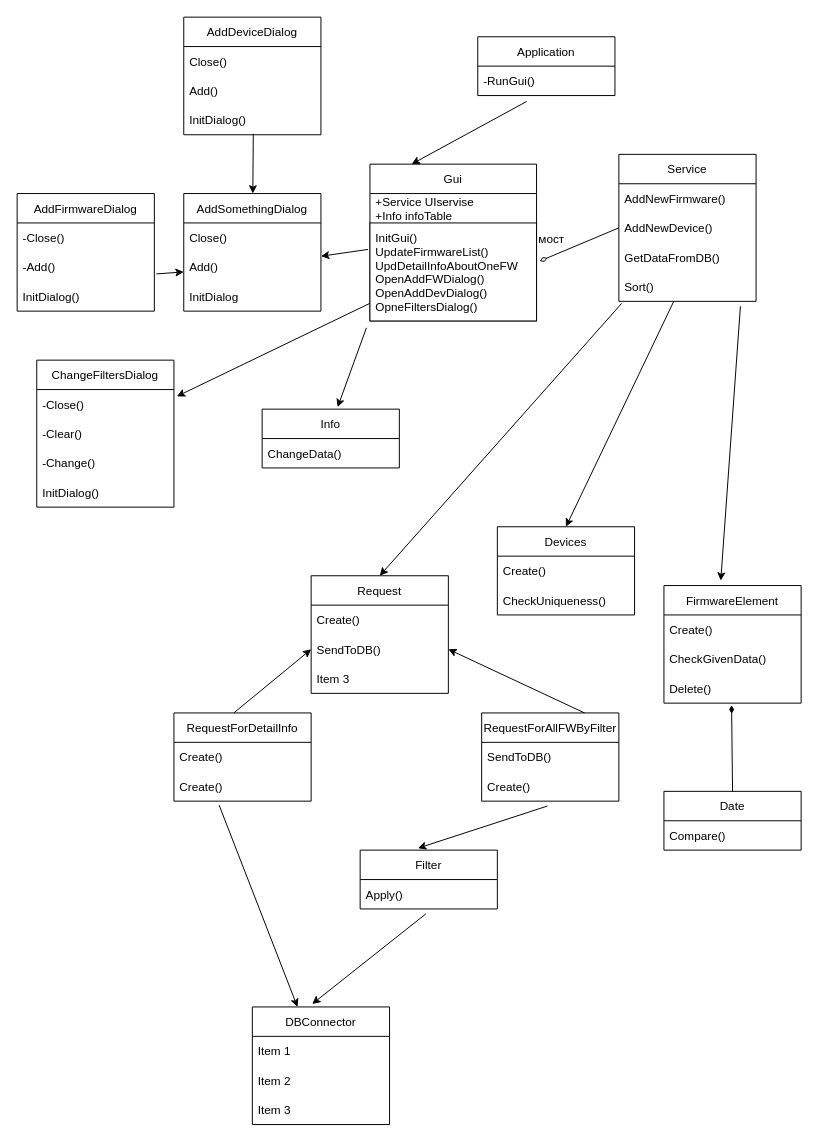
Before: kursDiag.drawio in sophiiako/unik, a draw.io diagram. Source tidied: cells renumbered, new cells numbered last; positions are measured from the earlier drawing's top-left corner, leaving out a move shared by most shapes. Both pictures are drawn from the tidied source at 98%, with x=0, y=0 at pixel (17, 17).
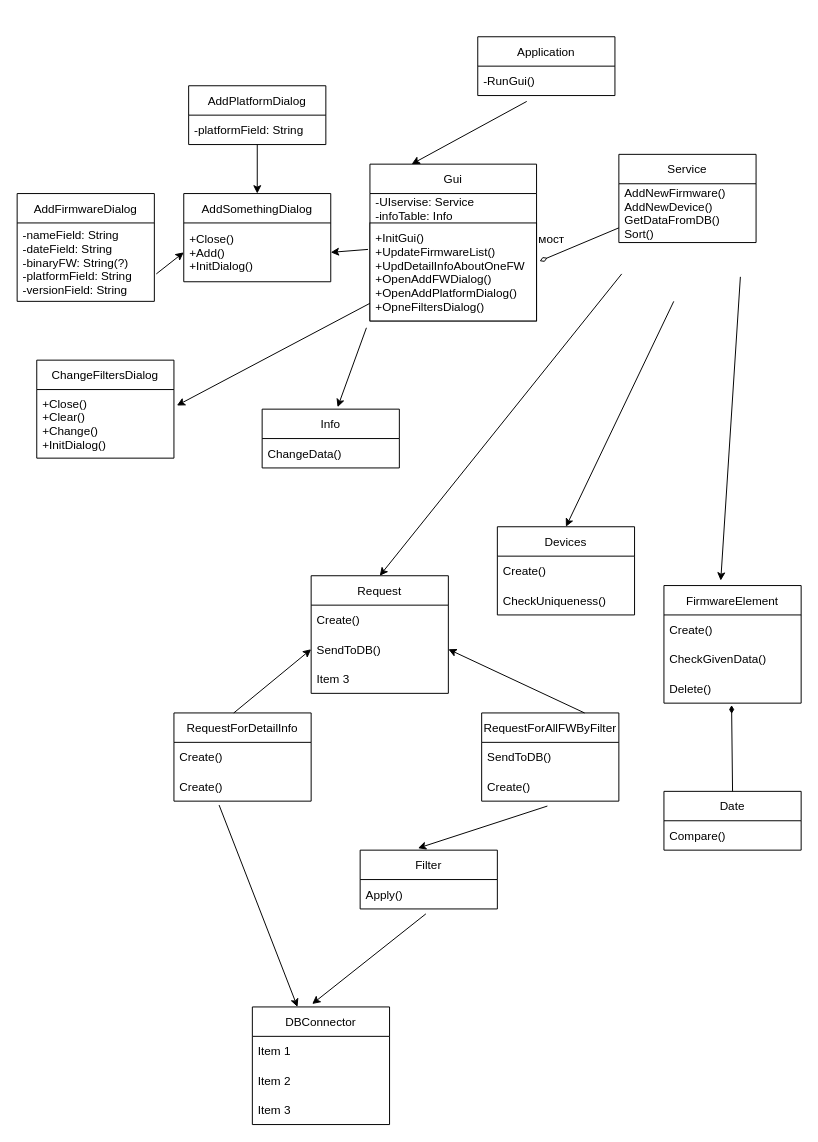
Above is the later version.

Unchanged cells that the change refers to:
```xml
<mxCell id="9" value="Gui" style="swimlane;fontStyle=0;horizontal=1;startSize=30;" parent="1" vertex="1">
  <mxGeometry x="360" y="150" width="170" height="160" as="geometry" />
</mxCell>
<mxCell id="23" value="FirmwareElement" style="swimlane;fontStyle=0;horizontal=1;startSize=30;" parent="1" vertex="1">
  <mxGeometry x="660" y="580" width="140" height="120" as="geometry" />
</mxCell>
<mxCell id="29" value="Request" style="swimlane;fontStyle=0;horizontal=1;startSize=30;" parent="1" vertex="1">
  <mxGeometry x="300" y="570" width="140" height="120" as="geometry" />
</mxCell>
```

Diff of the diagram source:
```diff
@@
     <mxCell id="4" value="Service" style="swimlane;fontStyle=0;horizontal=1;startSize=30;" parent="1" vertex="1">
-      <mxGeometry x="614" y="140" width="140" height="150" as="geometry" />
+      <mxGeometry x="614" y="140" width="140" height="90" as="geometry" />
     </mxCell>
-    <mxCell id="5" value="AddNewFirmware()" style="text;strokeColor=none;fillColor=none;align=left;verticalAlign=middle;spacingLeft=4;spacingRight=4;overflow=hidden;" parent="4" vertex="1">
-      <mxGeometry y="30" width="140" height="30" as="geometry" />
+    <mxCell id="5" value="AddNewFirmware()&#10;AddNewDevice()&#10;GetDataFromDB()&#10;Sort()" style="text;strokeColor=none;fillColor=none;align=left;verticalAlign=middle;spacingLeft=4;spacingRight=4;overflow=hidden;" parent="4" vertex="1">
+      <mxGeometry y="30" width="140" height="60" as="geometry" />
     </mxCell>
-    <mxCell id="6" value="AddNewDevice()" style="text;strokeColor=none;fillColor=none;align=left;verticalAlign=middle;spacingLeft=4;spacingRight=4;overflow=hidden;points=[[0,0.5],[1,0.5]];portConstraint=eastwest;" parent="4" vertex="1">
-      <mxGeometry y="60" width="140" height="30" as="geometry" />
-    </mxCell>
-    <mxCell id="7" value="GetDataFromDB()" style="text;strokeColor=none;fillColor=none;align=left;verticalAlign=middle;spacingLeft=4;spacingRight=4;overflow=hidden;" parent="4" vertex="1">
-      <mxGeometry y="90" width="140" height="30" as="geometry" />
-    </mxCell>
-    <mxCell id="8" value="Sort()" style="text;strokeColor=none;fillColor=none;align=left;verticalAlign=middle;spacingLeft=4;spacingRight=4;overflow=hidden;points=[[0,0.5],[1,0.5]];portConstraint=eastwest;" parent="4" vertex="1">
-      <mxGeometry y="120" width="140" height="30" as="geometry" />
-    </mxCell>
@@
-    <mxCell id="10" value="+Service UIservise&#10;+Info infoTable" style="text;strokeColor=none;fillColor=none;align=left;verticalAlign=middle;spacingLeft=4;spacingRight=4;overflow=hidden;" parent="9" vertex="1">
+    <mxCell id="10" value="-UIservise: Service&#10;-infoTable: Info" style="text;strokeColor=none;fillColor=none;align=left;verticalAlign=middle;spacingLeft=4;spacingRight=4;overflow=hidden;" parent="9" vertex="1">
       <mxGeometry y="30" width="170" height="30" as="geometry" />
     </mxCell>
-    <mxCell id="11" value="InitGui()&#10;UpdateFirmwareList()&#10;UpdDetailInfoAboutOneFW&#10;OpenAddFWDialog()&#10;OpenAddDevDialog()&#10;OpneFiltersDialog()" style="text;strokeColor=default;fillColor=default;align=left;verticalAlign=middle;spacingLeft=4;spacingRight=4;overflow=hidden;points=[[0,0.5],[1,0.5]];portConstraint=eastwest;" parent="9" vertex="1">
+    <mxCell id="11" value="+InitGui()&#10;+UpdateFirmwareList()&#10;+UpdDetailInfoAboutOneFW&#10;+OpenAddFWDialog()&#10;+OpenAddPlatformDialog()&#10;+OpneFiltersDialog()" style="text;strokeColor=default;fillColor=default;align=left;verticalAlign=middle;spacingLeft=4;spacingRight=4;overflow=hidden;points=[[0,0.5],[1,0.5]];portConstraint=eastwest;" parent="9" vertex="1">
       <mxGeometry y="60" width="170" height="100" as="geometry" />
     </mxCell>
@@
-    <mxCell id="33" style="endArrow=none;html=1;rounded=0;startArrow=diamondThin;startFill=0;entryX=0;entryY=0.5;entryDx=0;entryDy=0;exitX=1.018;exitY=0.39;exitDx=0;exitDy=0;endFill=0;exitPerimeter=0;" parent="1" edge="1" source="11" target="6">
-      <mxGeometry relative="1" as="geometry" />
+    <mxCell id="33" style="endArrow=none;html=1;rounded=0;startArrow=diamondThin;startFill=0;entryX=0;entryY=0.5;entryDx=0;entryDy=0;exitX=1.018;exitY=0.39;exitDx=0;exitDy=0;endFill=0;exitPerimeter=0;" parent="1" edge="1" source="11">
+      <mxGeometry relative="1" as="geometry">
+        <mxPoint x="614" y="215" as="targetPoint" />
+      </mxGeometry>
     </mxCell>
@@
-    <mxCell id="35" style="endArrow=classic;html=1;rounded=0;exitX=0.886;exitY=1.167;exitDx=0;exitDy=0;entryX=0.414;entryY=-0.042;entryDx=0;entryDy=0;entryPerimeter=0;exitPerimeter=0;" parent="1" edge="1" source="8" target="23">
-      <mxGeometry relative="1" as="geometry" />
+    <mxCell id="35" style="endArrow=classic;html=1;rounded=0;exitX=0.886;exitY=1.167;exitDx=0;exitDy=0;entryX=0.414;entryY=-0.042;entryDx=0;entryDy=0;entryPerimeter=0;exitPerimeter=0;" parent="1" edge="1" target="23">
+      <mxGeometry relative="1" as="geometry">
+        <mxPoint x="738" y="265" as="sourcePoint" />
+      </mxGeometry>
     </mxCell>
@@
-    <mxCell id="38" style="endArrow=classic;html=1;rounded=0;exitX=0.021;exitY=1.067;exitDx=0;exitDy=0;exitPerimeter=0;entryX=0.5;entryY=0;entryDx=0;entryDy=0;" parent="1" edge="1" source="8" target="29">
-      <mxGeometry relative="1" as="geometry" />
+    <mxCell id="38" style="endArrow=classic;html=1;rounded=0;exitX=0.021;exitY=1.067;exitDx=0;exitDy=0;exitPerimeter=0;entryX=0.5;entryY=0;entryDx=0;entryDy=0;" parent="1" edge="1" target="29">
+      <mxGeometry relative="1" as="geometry">
+        <mxPoint x="616.9" y="262" as="sourcePoint" />
+      </mxGeometry>
     </mxCell>
@@
     <mxCell id="51" value="AddSomethingDialog" style="swimlane;fontStyle=0;horizontal=1;startSize=30;" parent="1" vertex="1">
-      <mxGeometry x="170" y="180" width="140" height="120" as="geometry" />
+      <mxGeometry x="170" y="180" width="150" height="90" as="geometry" />
     </mxCell>
-    <mxCell id="52" value="Close()" style="text;strokeColor=none;fillColor=none;align=left;verticalAlign=middle;spacingLeft=4;spacingRight=4;overflow=hidden;points=[[0,0.5],[1,0.5]];portConstraint=eastwest;" parent="51" vertex="1">
-      <mxGeometry y="30" width="140" height="30" as="geometry" />
+    <mxCell id="52" value="+Close()&#10;+Add()&#10;+InitDialog()" style="text;strokeColor=none;fillColor=none;align=left;verticalAlign=middle;spacingLeft=4;spacingRight=4;overflow=hidden;points=[[0,0.5],[1,0.5]];portConstraint=eastwest;" parent="51" vertex="1">
+      <mxGeometry y="30" width="150" height="60" as="geometry" />
     </mxCell>
-    <mxCell id="53" value="Add()" style="text;strokeColor=none;fillColor=none;align=left;verticalAlign=middle;spacingLeft=4;spacingRight=4;overflow=hidden;points=[[0,0.5],[1,0.5]];portConstraint=eastwest;" parent="51" vertex="1">
-      <mxGeometry y="60" width="140" height="30" as="geometry" />
-    </mxCell>
-    <mxCell id="54" value="InitDialog" style="text;strokeColor=none;fillColor=none;align=left;verticalAlign=middle;spacingLeft=4;spacingRight=4;overflow=hidden;" parent="51" vertex="1">
-      <mxGeometry y="90" width="140" height="30" as="geometry" />
-    </mxCell>
-    <mxCell id="55" value="AddDeviceDialog" style="swimlane;fontStyle=0;horizontal=1;startSize=30;" parent="1" vertex="1">
-      <mxGeometry x="170" width="140" height="120" as="geometry" />
+    <mxCell id="55" value="AddPlatformDialog" style="swimlane;fontStyle=0;horizontal=1;startSize=30;" parent="1" vertex="1">
+      <mxGeometry x="175" y="70" width="140" height="60" as="geometry" />
     </mxCell>
-    <mxCell id="56" value="Close()" style="text;strokeColor=none;fillColor=none;align=left;verticalAlign=middle;spacingLeft=4;spacingRight=4;overflow=hidden;" parent="55" vertex="1">
+    <mxCell id="56" value="-platformField: String" style="text;strokeColor=none;fillColor=none;align=left;verticalAlign=middle;spacingLeft=4;spacingRight=4;overflow=hidden;" parent="55" vertex="1">
       <mxGeometry y="30" width="140" height="30" as="geometry" />
     </mxCell>
-    <mxCell id="57" value="Add()" style="text;strokeColor=none;fillColor=none;align=left;verticalAlign=middle;spacingLeft=4;spacingRight=4;overflow=hidden;" parent="55" vertex="1">
-      <mxGeometry y="60" width="140" height="30" as="geometry" />
-    </mxCell>
-    <mxCell id="58" value="InitDialog()" style="text;strokeColor=none;fillColor=none;align=left;verticalAlign=middle;spacingLeft=4;spacingRight=4;overflow=hidden;points=[[0,0.5],[1,0.5]];portConstraint=eastwest;" parent="55" vertex="1">
-      <mxGeometry y="90" width="140" height="30" as="geometry" />
-    </mxCell>
     <mxCell id="59" value="AddFirmwareDialog" style="swimlane;fontStyle=0;horizontal=1;startSize=30;" parent="1" vertex="1">
-      <mxGeometry y="180" width="140" height="120" as="geometry" />
+      <mxGeometry y="180" width="140" height="110" as="geometry" />
     </mxCell>
-    <mxCell id="60" value="-Close()" style="text;strokeColor=none;fillColor=none;align=left;verticalAlign=middle;spacingLeft=4;spacingRight=4;overflow=hidden;" parent="59" vertex="1">
-      <mxGeometry y="30" width="140" height="30" as="geometry" />
-    </mxCell>
-    <mxCell id="61" value="-Add()" style="text;strokeColor=none;fillColor=none;align=left;verticalAlign=middle;spacingLeft=4;spacingRight=4;overflow=hidden;" parent="59" vertex="1">
-      <mxGeometry y="60" width="140" height="30" as="geometry" />
-    </mxCell>
-    <mxCell id="62" value="InitDialog()" style="text;strokeColor=none;fillColor=none;align=left;verticalAlign=middle;spacingLeft=4;spacingRight=4;overflow=hidden;" parent="59" vertex="1">
-      <mxGeometry y="90" width="140" height="30" as="geometry" />
+    <mxCell id="62" value="-nameField: String&#10;-dateField: String&#10;-binaryFW: String(?)&#10;-platformField: String&#10;-versionField: String" style="text;strokeColor=none;fillColor=none;align=left;verticalAlign=middle;spacingLeft=4;spacingRight=4;overflow=hidden;" parent="59" vertex="1">
+      <mxGeometry y="30" width="140" height="80" as="geometry" />
     </mxCell>
-    <mxCell id="63" style="endArrow=classic;html=1;rounded=0;exitX=-0.014;exitY=-0.1;exitDx=0;exitDy=0;exitPerimeter=0;entryX=1;entryY=0.133;entryDx=0;entryDy=0;entryPerimeter=0;" parent="1" edge="1" target="53">
+    <mxCell id="63" style="endArrow=classic;html=1;rounded=0;exitX=-0.014;exitY=-0.1;exitDx=0;exitDy=0;exitPerimeter=0;entryX=1;entryY=0.5;entryDx=0;entryDy=0;" parent="1" edge="1" target="52">
       <mxGeometry relative="1" as="geometry">
         <mxPoint x="358" y="237" as="sourcePoint" />
       </mxGeometry>
     </mxCell>
-    <mxCell id="64" style="endArrow=classic;html=1;rounded=0;exitX=1.014;exitY=0.733;exitDx=0;exitDy=0;exitPerimeter=0;" parent="1" edge="1">
+    <mxCell id="64" style="endArrow=classic;html=1;rounded=0;exitX=1.014;exitY=0.733;exitDx=0;exitDy=0;exitPerimeter=0;entryX=0;entryY=0.5;entryDx=0;entryDy=0;" parent="1" edge="1" target="52">
       <mxGeometry relative="1" as="geometry">
         <mxPoint x="142" y="262" as="sourcePoint" />
-        <mxPoint x="170" y="260" as="targetPoint" />
       </mxGeometry>
     </mxCell>
-    <mxCell id="65" style="endArrow=classic;html=1;rounded=0;exitX=0.507;exitY=0.967;exitDx=0;exitDy=0;exitPerimeter=0;" parent="1" edge="1" source="58" target="51">
-      <mxGeometry relative="1" as="geometry" />
+    <mxCell id="65" style="endArrow=classic;html=1;rounded=0;" parent="1" edge="1" target="51">
+      <mxGeometry relative="1" as="geometry">
+        <mxPoint x="245" y="130" as="sourcePoint" />
+      </mxGeometry>
     </mxCell>
@@
     <mxCell id="67" value="ChangeFiltersDialog" style="swimlane;fontStyle=0;horizontal=1;startSize=30;" parent="1" vertex="1">
-      <mxGeometry x="20" y="350" width="140" height="150" as="geometry" />
+      <mxGeometry x="20" y="350" width="140" height="100" as="geometry" />
     </mxCell>
-    <mxCell id="68" value="-Close()" style="text;strokeColor=none;fillColor=none;align=left;verticalAlign=middle;spacingLeft=4;spacingRight=4;overflow=hidden;points=[[0,0.5],[1,0.5]];portConstraint=eastwest;" parent="67" vertex="1">
-      <mxGeometry y="30" width="140" height="30" as="geometry" />
+    <mxCell id="68" value="+Close()&#10;+Clear()&#10;+Change()&#10;+InitDialog()" style="text;strokeColor=none;fillColor=none;align=left;verticalAlign=middle;spacingLeft=4;spacingRight=4;overflow=hidden;points=[[0,0.5],[1,0.5]];portConstraint=eastwest;" parent="67" vertex="1">
+      <mxGeometry y="30" width="140" height="70" as="geometry" />
     </mxCell>
-    <mxCell id="69" value="-Clear()" style="text;strokeColor=none;fillColor=none;align=left;verticalAlign=middle;spacingLeft=4;spacingRight=4;overflow=hidden;" parent="67" vertex="1">
-      <mxGeometry y="60" width="140" height="30" as="geometry" />
-    </mxCell>
-    <mxCell id="70" value="-Change()" style="text;strokeColor=none;fillColor=none;align=left;verticalAlign=middle;spacingLeft=4;spacingRight=4;overflow=hidden;" parent="67" vertex="1">
-      <mxGeometry y="90" width="140" height="30" as="geometry" />
-    </mxCell>
-    <mxCell id="71" value="InitDialog()" style="text;strokeColor=none;fillColor=none;align=left;verticalAlign=middle;spacingLeft=4;spacingRight=4;overflow=hidden;" parent="67" vertex="1">
-      <mxGeometry y="120" width="140" height="30" as="geometry" />
-    </mxCell>
```
